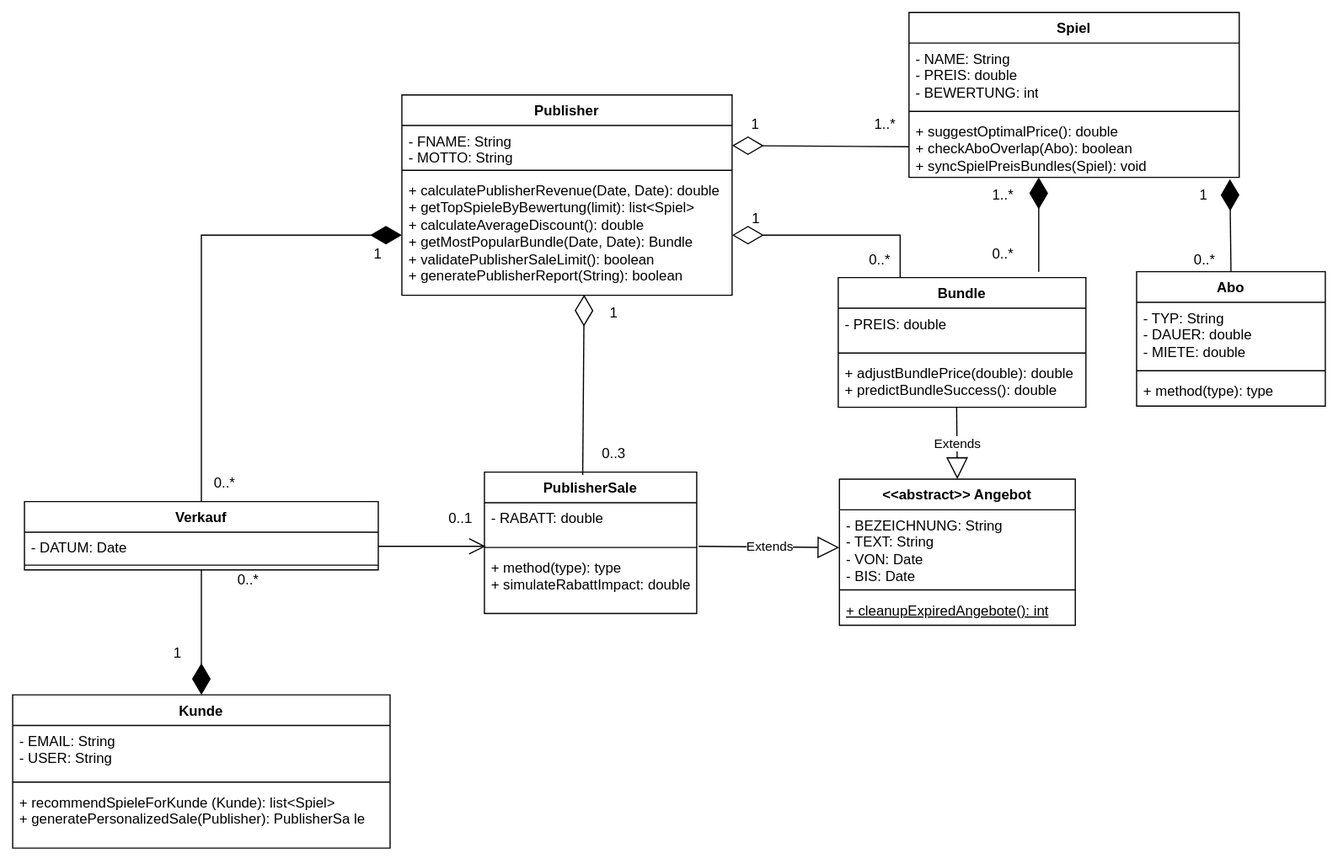
Before: PublisherUML.drawio.svg, a diagram exported from draw.io (Azok42/Publisher). Source tidied: cells renumbered, new cells last; positions are measured from the earlier drawing's top-left corner, leaving out a move shared by most shapes.
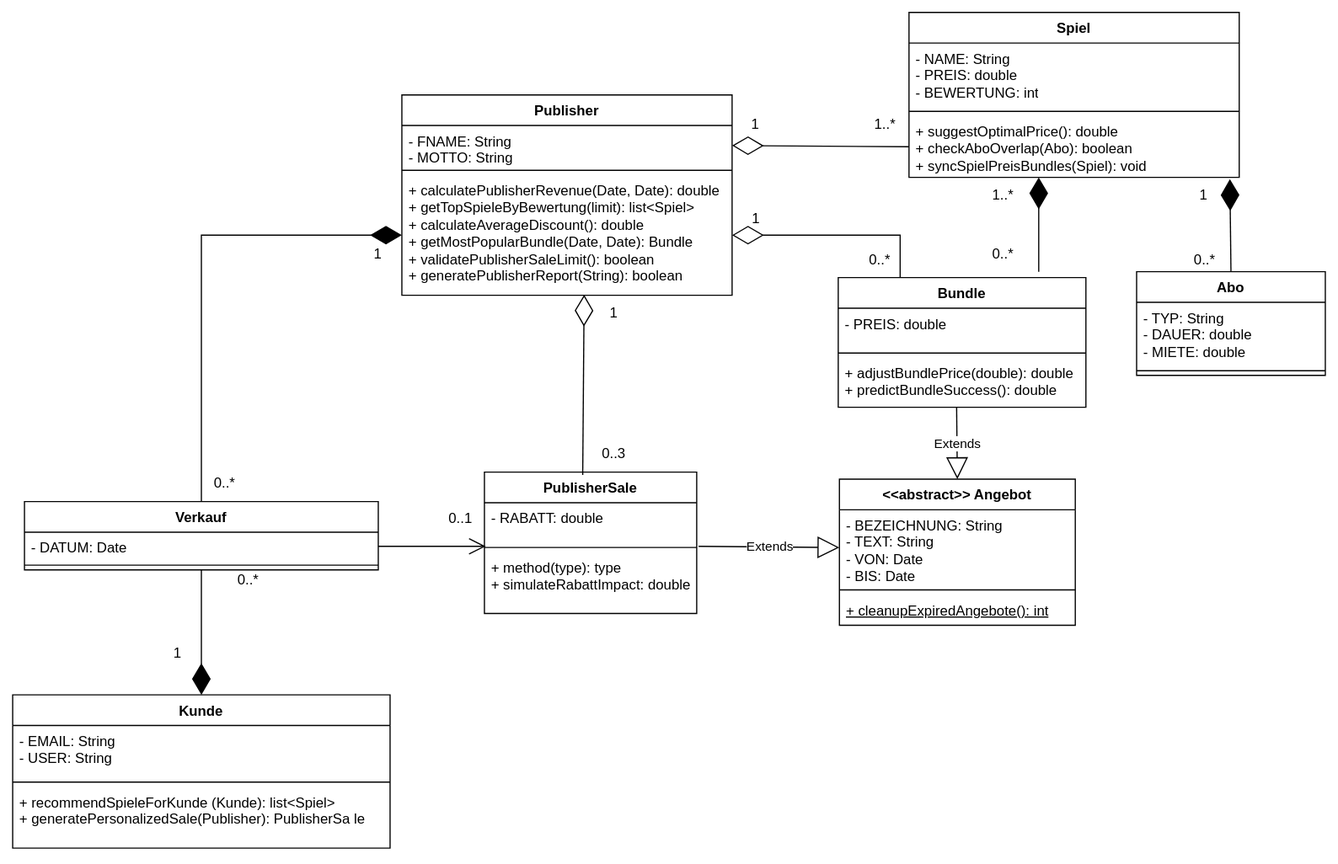
After the commit.

Change to the diagram source:
```diff
@@ -27,7 +27,7 @@
       <mxGeometry y="88" width="280" height="52" as="geometry" />
     </mxCell>
     <mxCell id="10" value="Abo" style="swimlane;fontStyle=1;align=center;verticalAlign=top;horizontal=1;startSize=26;whiteSpace=wrap;html=1;" parent="1" vertex="1">
-      <mxGeometry x="953" y="220" width="160" height="114" as="geometry" />
+      <mxGeometry x="953" y="220" width="160" height="88" as="geometry" />
     </mxCell>
     <mxCell id="11" value="- TYP: String&lt;div&gt;- DAUER: double&lt;/div&gt;&lt;div&gt;- MIETE: double&lt;/div&gt;" style="text;strokeColor=none;fillColor=none;align=left;verticalAlign=top;spacingLeft=4;spacingRight=4;overflow=hidden;whiteSpace=wrap;html=1;" parent="10" vertex="1">
       <mxGeometry y="26" width="160" height="54" as="geometry" />
@@ -35,9 +35,6 @@
     <mxCell id="12" style="line;strokeWidth=1;fillColor=none;align=left;verticalAlign=middle;spacingTop=-1;spacingLeft=3;spacingRight=3;labelPosition=right;strokeColor=inherit;" parent="10" vertex="1">
       <mxGeometry y="80" width="160" height="8" as="geometry" />
     </mxCell>
-    <mxCell id="13" value="+ method(type): type" style="text;strokeColor=none;fillColor=none;align=left;verticalAlign=top;spacingLeft=4;spacingRight=4;overflow=hidden;whiteSpace=wrap;html=1;" parent="10" vertex="1">
-      <mxGeometry y="88" width="160" height="26" as="geometry" />
-    </mxCell>
     <mxCell id="14" value="&amp;lt;&amp;lt;abstract&amp;gt;&amp;gt; Angebot" style="swimlane;fontStyle=1;align=center;verticalAlign=top;horizontal=1;startSize=26;whiteSpace=wrap;html=1;" parent="1" vertex="1">
       <mxGeometry x="701" y="396" width="200" height="124" as="geometry" />
     </mxCell>
```
